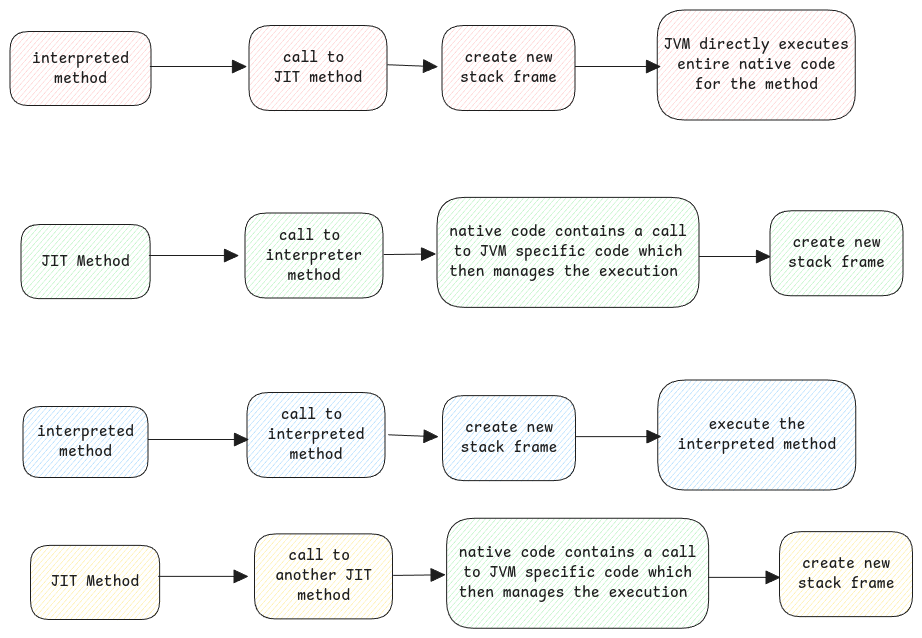
Above: static/img/jvm-execution-transition.excalidraw.png in swaroopar/inprogress-engineer (Excalidraw), before the change. Source tidied: one line per element, renumbered; positions are measured from the earlier drawing's top-left corner, leaving out a move shared by most shapes.
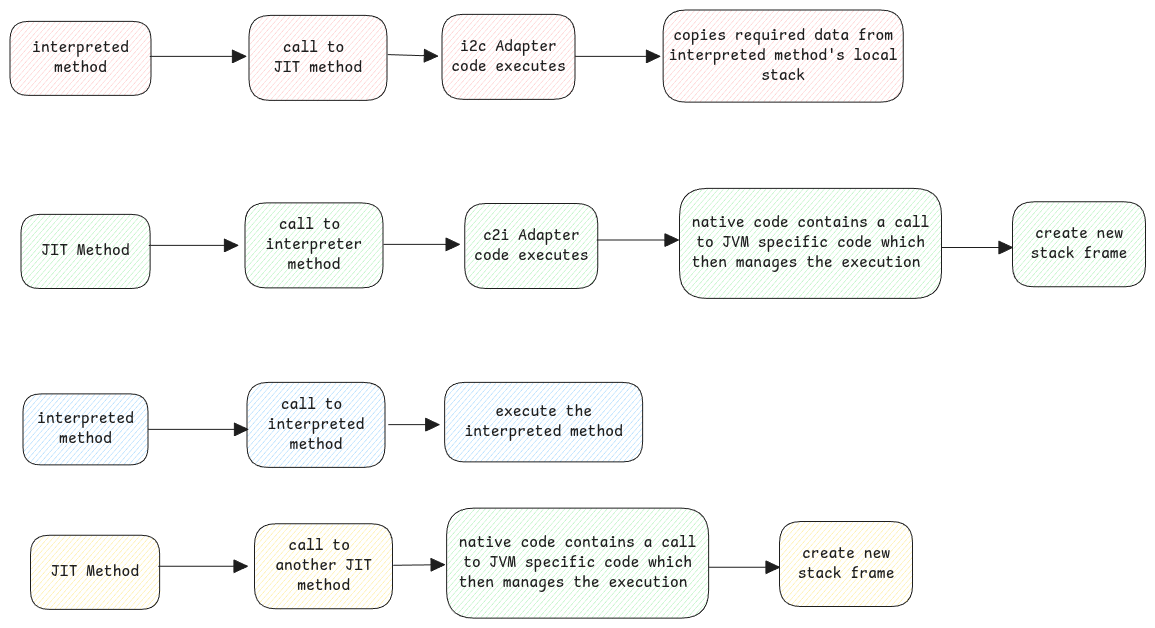
After the change.

Commit message:
refactor java threads and stack docs

Diff of the diagram source:
```diff
@@ -3,34 +3,31 @@
 {"id": 2, "type": "arrow", "strokeColor": "#1e1e1e", "backgroundColor": "#ffc9c9", "fillStyle": "hachure", "strokeWidth": 1, "roughness": 0, "endArrowhead": "triangle", "round": true, "to": 3, "x": 140, "y": 57, "width": 96, "height": 0, "points": [[0, 0], [96, 0]]}
 {"id": 3, "type": "rectangle", "strokeColor": "#1e1e1e", "backgroundColor": "#ffc9c9", "fillStyle": "hachure", "strokeWidth": 1, "roughness": 0, "round": true, "x": 239, "y": 16, "width": 138, "height": 85}
 {"id": 4, "type": "text", "text": "call to \nJIT method", "strokeColor": "#1e1e1e", "strokeWidth": 2, "roughness": 1, "fontSize": 16, "fontFamily": 8, "textAlign": "center", "verticalAlign": "middle", "inside": 3, "x": 264, "y": 38, "width": 88, "height": 40}
-{"id": 5, "type": "arrow", "strokeColor": "#1e1e1e", "backgroundColor": "#ffc9c9", "fillStyle": "hachure", "strokeWidth": 1, "roughness": 0, "endArrowhead": "triangle", "round": true, "to": 21, "x": 378, "y": 55, "width": 49, "height": 2, "points": [[0, 0], [49, 2]]}
+{"id": 5, "type": "arrow", "strokeColor": "#1e1e1e", "backgroundColor": "#ffc9c9", "fillStyle": "hachure", "strokeWidth": 1, "roughness": 0, "endArrowhead": "triangle", "round": true, "to": 21, "x": 378, "y": 55, "width": 50, "height": 2, "points": [[0, 0], [50, 2]]}
-{"id": 6, "type": "rectangle", "strokeColor": "#1e1e1e", "backgroundColor": "#ffc9c9", "fillStyle": "hachure", "strokeWidth": 1, "roughness": 0, "round": true, "x": 647, "y": 0, "width": 198, "height": 110}
+{"id": 6, "type": "rectangle", "strokeColor": "#1e1e1e", "backgroundColor": "#ffc9c9", "fillStyle": "hachure", "strokeWidth": 1, "roughness": 0, "round": true, "x": 653, "y": 10, "width": 240, "height": 92}
-{"id": 7, "type": "text", "text": "JVM directly executes\nentire native code\nfor the method", "strokeColor": "#1e1e1e", "strokeWidth": 2, "roughness": 1, "fontSize": 16, "fontFamily": 8, "textAlign": "center", "verticalAlign": "middle", "inside": 6, "x": 654, "y": 25, "width": 185, "height": 60}
+{"id": 7, "type": "text", "text": "copies required data from\ninterpreted method's local\nstack", "strokeColor": "#1e1e1e", "strokeWidth": 2, "roughness": 1, "fontSize": 16, "fontFamily": 8, "textAlign": "center", "verticalAlign": "middle", "inside": 6, "x": 659, "y": 26, "width": 229, "height": 60}
 {"id": 8, "type": "rectangle", "strokeColor": "#1e1e1e", "backgroundColor": "#b2f2bb", "fillStyle": "hachure", "strokeWidth": 1, "roughness": 0, "round": true, "x": 11, "y": 215, "width": 129, "height": 74}
 {"id": 9, "type": "text", "text": "JIT Method", "strokeColor": "#1e1e1e", "strokeWidth": 2, "roughness": 1, "fontSize": 16, "fontFamily": 8, "textAlign": "center", "verticalAlign": "middle", "inside": 8, "x": 32, "y": 242, "width": 88, "height": 20}
 {"id": 10, "type": "arrow", "strokeColor": "#1e1e1e", "backgroundColor": "#b2f2bb", "fillStyle": "hachure", "strokeWidth": 1, "roughness": 0, "endArrowhead": "triangle", "round": true, "to": 11, "x": 139, "y": 246, "width": 89, "height": 0, "points": [[0, 0], [89, 0]]}
 {"id": 11, "type": "rectangle", "strokeColor": "#1e1e1e", "backgroundColor": "#b2f2bb", "fillStyle": "hachure", "strokeWidth": 1, "roughness": 0, "round": true, "x": 235, "y": 203, "width": 138, "height": 85}
 {"id": 12, "type": "text", "text": "call to \ninterpreter\nmethod", "strokeColor": "#1e1e1e", "strokeWidth": 2, "roughness": 1, "fontSize": 16, "fontFamily": 8, "textAlign": "center", "verticalAlign": "middle", "inside": 11, "x": 256, "y": 216, "width": 97, "height": 60}
-{"id": 13, "type": "arrow", "strokeColor": "#1e1e1e", "backgroundColor": "#b2f2bb", "fillStyle": "hachure", "strokeWidth": 1, "roughness": 0, "endArrowhead": "triangle", "round": true, "to": 14, "x": 374, "y": 245, "width": 51, "height": 1, "points": [[0, 0], [51, -1]]}
+{"id": 13, "type": "arrow", "strokeColor": "#1e1e1e", "backgroundColor": "#b2f2bb", "fillStyle": "hachure", "strokeWidth": 1, "roughness": 0, "endArrowhead": "triangle", "round": true, "from": 11, "x": 374, "y": 245, "width": 76, "height": 0, "points": [[0, 0], [76, 0]]}
-{"id": 14, "type": "rectangle", "strokeColor": "#1e1e1e", "backgroundColor": "#b2f2bb", "fillStyle": "hachure", "strokeWidth": 1, "roughness": 0, "round": true, "x": 427, "y": 187, "width": 262, "height": 110}
+{"id": 14, "type": "rectangle", "strokeColor": "#1e1e1e", "backgroundColor": "#b2f2bb", "fillStyle": "hachure", "strokeWidth": 1, "roughness": 0, "round": true, "x": 670, "y": 189, "width": 262, "height": 110}
-{"id": 15, "type": "text", "text": "native code contains a call\nto JVM specific code which\nthen manages the execution ", "strokeColor": "#1e1e1e", "strokeWidth": 2, "roughness": 1, "fontSize": 16, "fontFamily": 8, "textAlign": "center", "verticalAlign": "middle", "inside": 14, "x": 439, "y": 212, "width": 238, "height": 60}
+{"id": 15, "type": "text", "text": "native code contains a call\nto JVM specific code which\nthen manages the execution ", "strokeColor": "#1e1e1e", "strokeWidth": 2, "roughness": 1, "fontSize": 16, "fontFamily": 8, "textAlign": "center", "verticalAlign": "middle", "inside": 14, "x": 682, "y": 214, "width": 238, "height": 60}
-{"id": 16, "type": "rectangle", "strokeColor": "#1e1e1e", "backgroundColor": "#a5d8ff", "fillStyle": "hachure", "strokeWidth": 1, "roughness": 0, "round": true, "x": 13, "y": 397, "width": 125, "height": 71}
+{"id": 16, "type": "rectangle", "strokeColor": "#1e1e1e", "backgroundColor": "#a5d8ff", "fillStyle": "hachure", "strokeWidth": 1, "roughness": 0, "round": true, "x": 13, "y": 394, "width": 125, "height": 71}
-{"id": 17, "type": "text", "text": "interpreted\nmethod", "strokeColor": "#1e1e1e", "strokeWidth": 2, "roughness": 1, "fontSize": 16, "fontFamily": 8, "textAlign": "center", "verticalAlign": "middle", "inside": 16, "x": 27, "y": 412, "width": 97, "height": 40}
+{"id": 17, "type": "text", "text": "interpreted\nmethod", "strokeColor": "#1e1e1e", "strokeWidth": 2, "roughness": 1, "fontSize": 16, "fontFamily": 8, "textAlign": "center", "verticalAlign": "middle", "inside": 16, "x": 27, "y": 410, "width": 97, "height": 40}
 {"id": 18, "type": "rectangle", "strokeColor": "#1e1e1e", "backgroundColor": "#a5d8ff", "fillStyle": "hachure", "strokeWidth": 1, "roughness": 0, "round": true, "x": 237, "y": 383, "width": 138, "height": 85}
 {"id": 19, "type": "text", "text": "call to \ninterpreted\nmethod", "strokeColor": "#1e1e1e", "strokeWidth": 2, "roughness": 1, "fontSize": 16, "fontFamily": 8, "textAlign": "center", "verticalAlign": "middle", "inside": 18, "x": 258, "y": 395, "width": 97, "height": 60}
 {"id": 20, "type": "arrow", "strokeColor": "#1e1e1e", "backgroundColor": "#a5d8ff", "fillStyle": "hachure", "strokeWidth": 1, "roughness": 0, "endArrowhead": "triangle", "round": true, "x": 138, "y": 430, "width": 100, "height": 0, "points": [[0, 0], [100, 0]]}
-{"id": 21, "type": "rectangle", "strokeColor": "#1e1e1e", "backgroundColor": "#ffc9c9", "fillStyle": "hachure", "strokeWidth": 1, "roughness": 0, "round": true, "x": 432, "y": 16, "width": 133, "height": 85}
+{"id": 21, "type": "rectangle", "strokeColor": "#1e1e1e", "backgroundColor": "#ffc9c9", "fillStyle": "hachure", "strokeWidth": 1, "roughness": 0, "round": true, "x": 432, "y": 14, "width": 133, "height": 85}
-{"id": 22, "type": "text", "text": "create new\nstack frame", "strokeColor": "#1e1e1e", "strokeWidth": 2, "roughness": 1, "fontSize": 16, "fontFamily": 8, "textAlign": "center", "verticalAlign": "middle", "inside": 21, "x": 450, "y": 38, "width": 97, "height": 40}
+{"id": 22, "type": "text", "text": "i2c Adapter\ncode executes", "strokeColor": "#1e1e1e", "strokeWidth": 2, "roughness": 1, "fontSize": 16, "fontFamily": 8, "textAlign": "center", "verticalAlign": "middle", "inside": 21, "x": 441, "y": 37, "width": 114, "height": 40}
 {"id": 23, "type": "arrow", "strokeColor": "#1e1e1e", "backgroundColor": "#ffc9c9", "fillStyle": "hachure", "strokeWidth": 1, "roughness": 0, "endArrowhead": "triangle", "round": true, "x": 565, "y": 57, "width": 85, "height": 0, "points": [[0, 0], [85, 0]]}
-{"id": 24, "type": "rectangle", "strokeColor": "#1e1e1e", "backgroundColor": "#b2f2bb", "fillStyle": "hachure", "strokeWidth": 1, "roughness": 0, "round": true, "x": 760, "y": 201, "width": 133, "height": 85}
+{"id": 24, "type": "rectangle", "strokeColor": "#1e1e1e", "backgroundColor": "#b2f2bb", "fillStyle": "hachure", "strokeWidth": 1, "roughness": 0, "round": true, "x": 1002, "y": 202, "width": 133, "height": 85}
-{"id": 25, "type": "text", "text": "create new\nstack frame", "strokeColor": "#1e1e1e", "strokeWidth": 2, "roughness": 1, "fontSize": 16, "fontFamily": 8, "textAlign": "center", "verticalAlign": "middle", "inside": 24, "x": 778, "y": 223, "width": 97, "height": 40}
+{"id": 25, "type": "text", "text": "create new\nstack frame", "strokeColor": "#1e1e1e", "strokeWidth": 2, "roughness": 1, "fontSize": 16, "fontFamily": 8, "textAlign": "center", "verticalAlign": "middle", "inside": 24, "x": 1021, "y": 224, "width": 97, "height": 40}
-{"id": 26, "type": "arrow", "strokeColor": "#1e1e1e", "backgroundColor": "#b2f2bb", "fillStyle": "hachure", "strokeWidth": 1, "roughness": 0, "endArrowhead": "triangle", "round": true, "x": 689, "y": 247, "width": 71, "height": 0, "points": [[0, 0], [71, 0]]}
+{"id": 26, "type": "arrow", "strokeColor": "#1e1e1e", "backgroundColor": "#b2f2bb", "fillStyle": "hachure", "strokeWidth": 1, "roughness": 0, "endArrowhead": "triangle", "round": true, "x": 932, "y": 248, "width": 71, "height": 0, "points": [[0, 0], [71, 0]]}
-{"id": 27, "type": "arrow", "strokeColor": "#1e1e1e", "backgroundColor": "#a5d8ff", "fillStyle": "hachure", "strokeWidth": 1, "roughness": 0, "endArrowhead": "triangle", "round": true, "x": 379, "y": 425, "width": 49, "height": 2, "points": [[0, 0], [49, 2]]}
+{"id": 27, "type": "arrow", "strokeColor": "#1e1e1e", "backgroundColor": "#a5d8ff", "fillStyle": "hachure", "strokeWidth": 1, "roughness": 0, "endArrowhead": "triangle", "from": 18, "x": 379, "y": 425, "width": 51, "height": 0, "points": [[0, 0], [51, 0]]}
-{"id": 28, "type": "rectangle", "strokeColor": "#1e1e1e", "backgroundColor": "#a5d8ff", "fillStyle": "hachure", "strokeWidth": 1, "roughness": 0, "round": true, "x": 648, "y": 370, "width": 198, "height": 110}
+{"id": 28, "type": "rectangle", "strokeColor": "#1e1e1e", "backgroundColor": "#a5d8ff", "fillStyle": "hachure", "strokeWidth": 1, "roughness": 0, "round": true, "x": 435, "y": 383, "width": 198, "height": 79}
-{"id": 29, "type": "text", "text": "execute the\ninterpreted method", "strokeColor": "#1e1e1e", "strokeWidth": 2, "roughness": 1, "fontSize": 16, "fontFamily": 8, "textAlign": "center", "verticalAlign": "middle", "inside": 28, "x": 668, "y": 405, "width": 158, "height": 40}
+{"id": 29, "type": "text", "text": "execute the\ninterpreted method", "strokeColor": "#1e1e1e", "strokeWidth": 2, "roughness": 1, "fontSize": 16, "fontFamily": 8, "textAlign": "center", "verticalAlign": "middle", "inside": 28, "x": 454, "y": 402, "width": 158, "height": 40}
-{"id": 30, "type": "rectangle", "strokeColor": "#1e1e1e", "backgroundColor": "#a5d8ff", "fillStyle": "hachure", "strokeWidth": 1, "roughness": 0, "round": true, "x": 433, "y": 386, "width": 133, "height": 85}
-{"id": 31, "type": "text", "text": "create new\nstack frame", "strokeColor": "#1e1e1e", "strokeWidth": 2, "roughness": 1, "fontSize": 16, "fontFamily": 8, "textAlign": "center", "verticalAlign": "middle", "inside": 30, "x": 451, "y": 408, "width": 97, "height": 40}
-{"id": 32, "type": "arrow", "strokeColor": "#1e1e1e", "backgroundColor": "#a5d8ff", "fillStyle": "hachure", "strokeWidth": 1, "roughness": 0, "endArrowhead": "triangle", "round": true, "x": 566, "y": 427, "width": 85, "height": 0, "points": [[0, 0], [85, 0]]}
 {"id": 33, "type": "rectangle", "strokeColor": "#1e1e1e", "backgroundColor": "#ffec99", "fillStyle": "hachure", "strokeWidth": 1, "roughness": 0, "round": true, "x": 21, "y": 535, "width": 129, "height": 74}
 {"id": 34, "type": "text", "text": "JIT Method", "strokeColor": "#1e1e1e", "strokeWidth": 2, "roughness": 1, "fontSize": 16, "fontFamily": 8, "textAlign": "center", "verticalAlign": "middle", "inside": 33, "x": 41, "y": 562, "width": 88, "height": 20}
 {"id": 35, "type": "arrow", "strokeColor": "#1e1e1e", "backgroundColor": "#ffec99", "fillStyle": "hachure", "strokeWidth": 1, "roughness": 0, "endArrowhead": "triangle", "round": true, "to": 36, "x": 149, "y": 566, "width": 89, "height": 0, "points": [[0, 0], [89, 0]]}
@@ -42,3 +39,6 @@
 {"id": 41, "type": "rectangle", "strokeColor": "#1e1e1e", "backgroundColor": "#ffec99", "fillStyle": "hachure", "strokeWidth": 1, "roughness": 0, "round": true, "x": 770, "y": 522, "width": 133, "height": 85}
 {"id": 42, "type": "text", "text": "create new\nstack frame", "strokeColor": "#1e1e1e", "strokeWidth": 2, "roughness": 1, "fontSize": 16, "fontFamily": 8, "textAlign": "center", "verticalAlign": "middle", "inside": 41, "x": 788, "y": 544, "width": 97, "height": 40}
 {"id": 43, "type": "arrow", "strokeColor": "#1e1e1e", "backgroundColor": "#ffec99", "fillStyle": "hachure", "strokeWidth": 1, "roughness": 0, "endArrowhead": "triangle", "round": true, "x": 699, "y": 567, "width": 71, "height": 0, "points": [[0, 0], [71, 0]]}
+{"id": 44, "type": "rectangle", "strokeColor": "#1e1e1e", "backgroundColor": "#b2f2bb", "fillStyle": "hachure", "strokeWidth": 1, "roughness": 0, "round": true, "x": 455, "y": 204, "width": 133, "height": 85}
+{"id": 45, "type": "text", "text": "c2i Adapter\ncode executes", "strokeColor": "#1e1e1e", "strokeWidth": 2, "roughness": 1, "fontSize": 16, "fontFamily": 8, "textAlign": "center", "verticalAlign": "middle", "inside": 44, "x": 464, "y": 226, "width": 114, "height": 40}
+{"id": 46, "type": "arrow", "strokeColor": "#1e1e1e", "strokeWidth": 1, "roughness": 0, "endArrowhead": "triangle", "x": 587, "y": 240, "width": 82, "height": 0, "points": [[0, 0], [82, 0]]}
```
